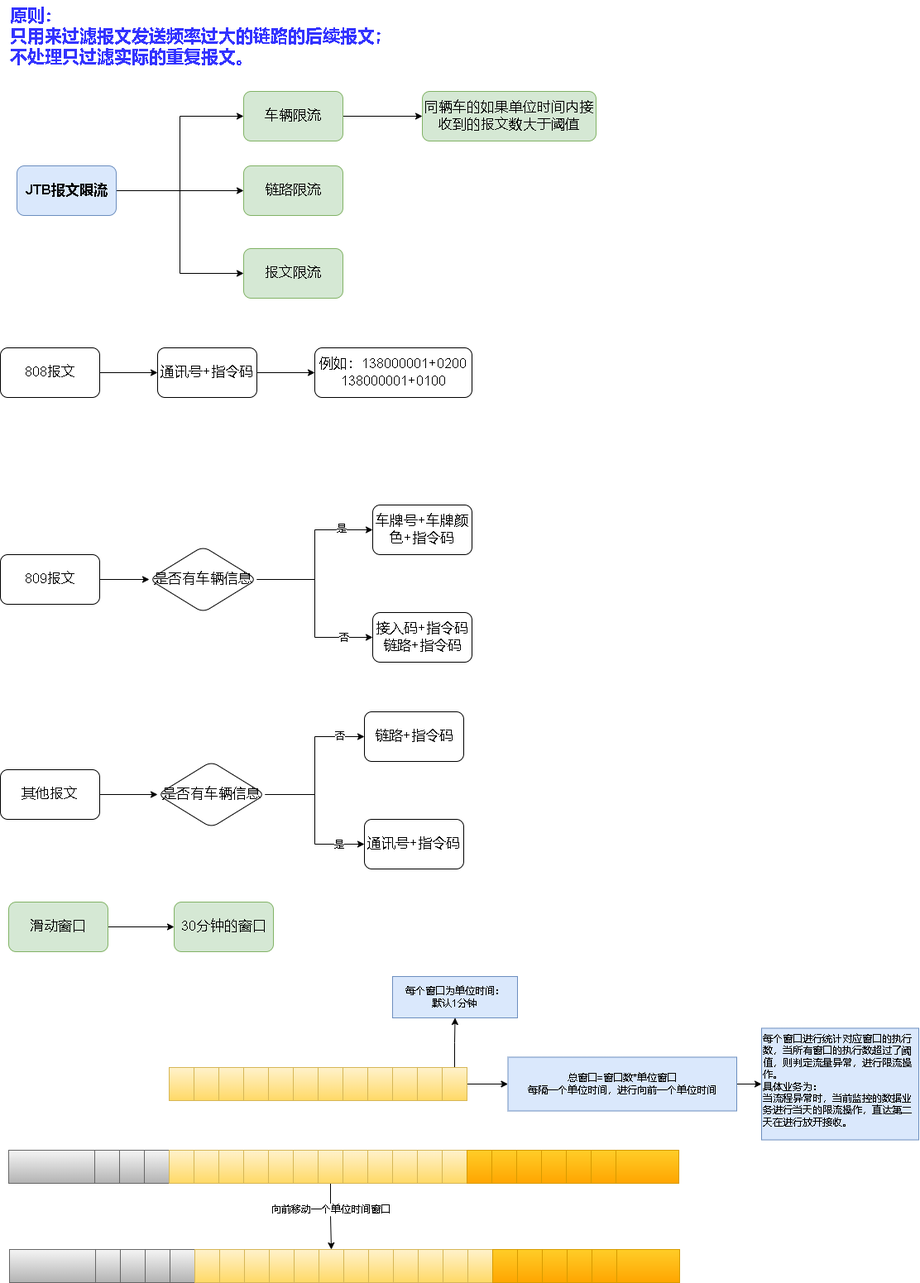
xktder/draw keeps this draw.io diagram as jtb报文限流.drawio.png. Above is the earlier version. Source tidied: cells renumbered, new cells last; positions are measured from the earlier drawing's top-left corner, leaving out a move shared by most shapes.
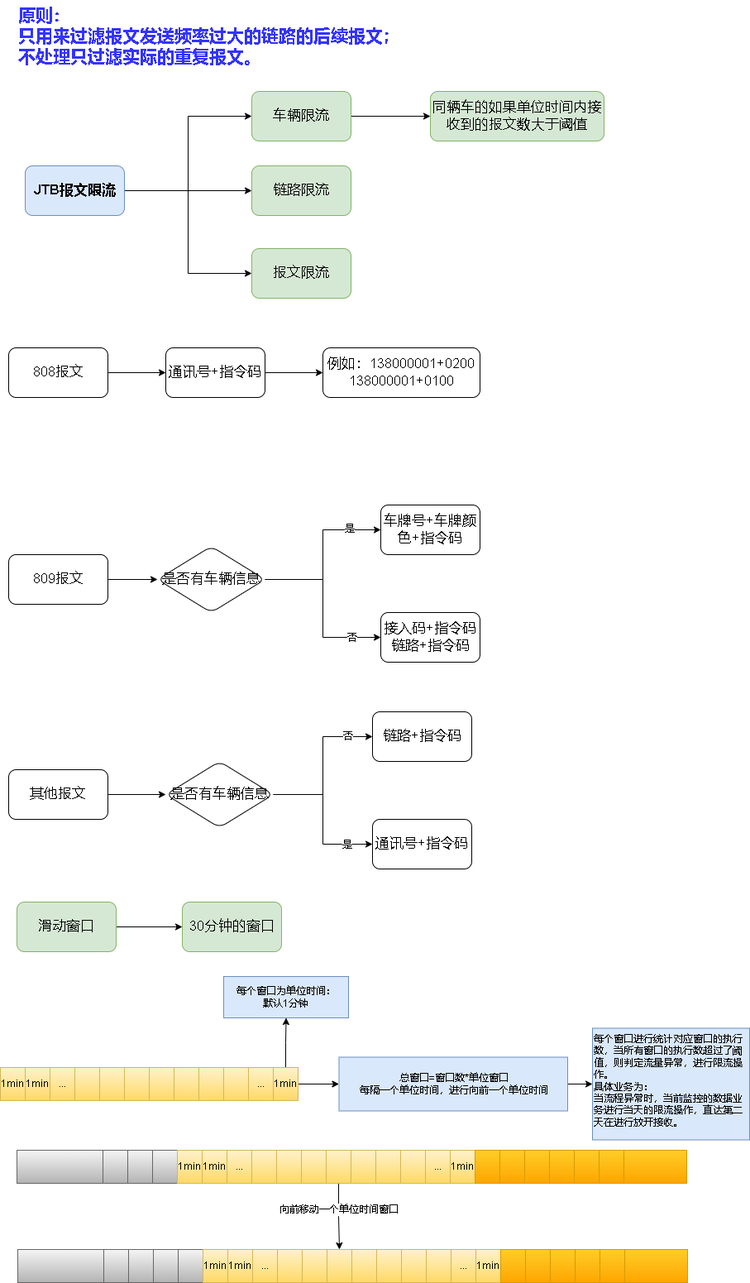
After the change.

Commit message:
更新jtb报文限流.drawio.png

The edit, as a diff of the source:
```diff
@@ -130,13 +130,13 @@
     <mxCell id="41" style="rounded=0;whiteSpace=wrap;html=1;fontSize=12;fillColor=#f5f5f5;strokeColor=#666666;gradientColor=#b3b3b3;" parent="1" vertex="1">
       <mxGeometry x="174" y="1390" width="30" height="40" as="geometry" />
     </mxCell>
-    <mxCell id="42" style="rounded=0;whiteSpace=wrap;html=1;fontSize=12;fillColor=#fff2cc;strokeColor=#d6b656;gradientColor=#ffd966;" parent="1" vertex="1">
+    <mxCell id="42" value="1min" style="rounded=0;whiteSpace=wrap;html=1;fontSize=12;fillColor=#fff2cc;strokeColor=#d6b656;gradientColor=#ffd966;" parent="1" vertex="1">
       <mxGeometry x="204" y="1390" width="30" height="40" as="geometry" />
     </mxCell>
-    <mxCell id="43" style="rounded=0;whiteSpace=wrap;html=1;fontSize=12;fillColor=#fff2cc;gradientColor=#ffd966;strokeColor=#d6b656;" parent="1" vertex="1">
+    <mxCell id="43" value="1min" style="rounded=0;whiteSpace=wrap;html=1;fontSize=12;fillColor=#fff2cc;gradientColor=#ffd966;strokeColor=#d6b656;" parent="1" vertex="1">
       <mxGeometry x="234" y="1390" width="30" height="40" as="geometry" />
     </mxCell>
-    <mxCell id="44" style="rounded=0;whiteSpace=wrap;html=1;fontSize=12;fillColor=#fff2cc;gradientColor=#ffd966;strokeColor=#d6b656;" parent="1" vertex="1">
+    <mxCell id="44" value="..." style="rounded=0;whiteSpace=wrap;html=1;fontSize=12;fillColor=#fff2cc;gradientColor=#ffd966;strokeColor=#d6b656;" parent="1" vertex="1">
       <mxGeometry x="264" y="1390" width="30" height="40" as="geometry" />
     </mxCell>
     <mxCell id="45" style="rounded=0;whiteSpace=wrap;html=1;fontSize=12;fillColor=#fff2cc;gradientColor=#ffd966;strokeColor=#d6b656;" parent="1" vertex="1">
@@ -166,10 +166,10 @@
     <mxCell id="53" style="rounded=0;whiteSpace=wrap;html=1;fontSize=12;fillColor=#fff2cc;gradientColor=#ffd966;strokeColor=#d6b656;" parent="1" vertex="1">
       <mxGeometry x="474" y="1390" width="30" height="40" as="geometry" />
     </mxCell>
-    <mxCell id="54" style="rounded=0;whiteSpace=wrap;html=1;fontSize=12;fillColor=#fff2cc;gradientColor=#ffd966;strokeColor=#d6b656;" parent="1" vertex="1">
+    <mxCell id="54" value="..." style="rounded=0;whiteSpace=wrap;html=1;fontSize=12;fillColor=#fff2cc;gradientColor=#ffd966;strokeColor=#d6b656;" parent="1" vertex="1">
       <mxGeometry x="504" y="1390" width="30" height="40" as="geometry" />
     </mxCell>
-    <mxCell id="55" style="rounded=0;whiteSpace=wrap;html=1;fontSize=12;fillColor=#fff2cc;gradientColor=#ffd966;strokeColor=#d6b656;" parent="1" vertex="1">
+    <mxCell id="55" value="1min" style="rounded=0;whiteSpace=wrap;html=1;fontSize=12;fillColor=#fff2cc;gradientColor=#ffd966;strokeColor=#d6b656;" parent="1" vertex="1">
       <mxGeometry x="534" y="1390" width="30" height="40" as="geometry" />
     </mxCell>
     <mxCell id="56" style="rounded=0;whiteSpace=wrap;html=1;fontSize=12;fillColor=#ffcd28;gradientColor=#ffa500;strokeColor=#d79b00;" parent="1" vertex="1">
@@ -190,38 +190,38 @@
     <mxCell id="61" style="rounded=0;whiteSpace=wrap;html=1;fontSize=12;fillColor=#ffcd28;gradientColor=#ffa500;strokeColor=#d79b00;" parent="1" vertex="1">
       <mxGeometry x="714" y="1390" width="30" height="40" as="geometry" />
     </mxCell>
-    <mxCell id="62" style="rounded=0;whiteSpace=wrap;html=1;fontSize=12;fillColor=#fff2cc;strokeColor=#d6b656;gradientColor=#ffd966;" parent="1" vertex="1">
-      <mxGeometry x="204" y="1290" width="30" height="40" as="geometry" />
+    <mxCell id="62" value="&lt;span style=&quot;&quot;&gt;1min&lt;/span&gt;" style="rounded=0;whiteSpace=wrap;html=1;fontSize=12;fillColor=#fff2cc;strokeColor=#d6b656;gradientColor=#ffd966;" parent="1" vertex="1">
+      <mxGeometry x="-10" y="1290" width="30" height="40" as="geometry" />
     </mxCell>
-    <mxCell id="63" style="rounded=0;whiteSpace=wrap;html=1;fontSize=12;fillColor=#fff2cc;gradientColor=#ffd966;strokeColor=#d6b656;" parent="1" vertex="1">
-      <mxGeometry x="234" y="1290" width="30" height="40" as="geometry" />
+    <mxCell id="63" value="&lt;span style=&quot;&quot;&gt;1min&lt;/span&gt;" style="rounded=0;whiteSpace=wrap;html=1;fontSize=12;fillColor=#fff2cc;gradientColor=#ffd966;strokeColor=#d6b656;" parent="1" vertex="1">
+      <mxGeometry x="20" y="1290" width="30" height="40" as="geometry" />
     </mxCell>
-    <mxCell id="64" style="rounded=0;whiteSpace=wrap;html=1;fontSize=12;fillColor=#fff2cc;gradientColor=#ffd966;strokeColor=#d6b656;" parent="1" vertex="1">
-      <mxGeometry x="264" y="1290" width="30" height="40" as="geometry" />
+    <mxCell id="64" value="&lt;span style=&quot;&quot;&gt;...&lt;/span&gt;" style="rounded=0;whiteSpace=wrap;html=1;fontSize=12;fillColor=#fff2cc;gradientColor=#ffd966;strokeColor=#d6b656;" parent="1" vertex="1">
+      <mxGeometry x="50" y="1290" width="30" height="40" as="geometry" />
     </mxCell>
     <mxCell id="65" style="rounded=0;whiteSpace=wrap;html=1;fontSize=12;fillColor=#fff2cc;gradientColor=#ffd966;strokeColor=#d6b656;" parent="1" vertex="1">
-      <mxGeometry x="294" y="1290" width="30" height="40" as="geometry" />
+      <mxGeometry x="80" y="1290" width="30" height="40" as="geometry" />
     </mxCell>
     <mxCell id="66" style="rounded=0;whiteSpace=wrap;html=1;fontSize=12;fillColor=#fff2cc;gradientColor=#ffd966;strokeColor=#d6b656;" parent="1" vertex="1">
-      <mxGeometry x="324" y="1290" width="30" height="40" as="geometry" />
+      <mxGeometry x="110" y="1290" width="30" height="40" as="geometry" />
     </mxCell>
     <mxCell id="67" style="rounded=0;whiteSpace=wrap;html=1;fontSize=12;fillColor=#fff2cc;gradientColor=#ffd966;strokeColor=#d6b656;" parent="1" vertex="1">
-      <mxGeometry x="354" y="1290" width="30" height="40" as="geometry" />
+      <mxGeometry x="140" y="1290" width="30" height="40" as="geometry" />
     </mxCell>
     <mxCell id="68" style="rounded=0;whiteSpace=wrap;html=1;fontSize=12;fillColor=#fff2cc;gradientColor=#ffd966;strokeColor=#d6b656;" parent="1" vertex="1">
-      <mxGeometry x="384" y="1290" width="30" height="40" as="geometry" />
+      <mxGeometry x="170" y="1290" width="30" height="40" as="geometry" />
     </mxCell>
     <mxCell id="69" style="rounded=0;whiteSpace=wrap;html=1;fontSize=12;fillColor=#fff2cc;gradientColor=#ffd966;strokeColor=#d6b656;" parent="1" vertex="1">
-      <mxGeometry x="414" y="1290" width="30" height="40" as="geometry" />
+      <mxGeometry x="200" y="1290" width="30" height="40" as="geometry" />
     </mxCell>
     <mxCell id="70" style="rounded=0;whiteSpace=wrap;html=1;fontSize=12;fillColor=#fff2cc;gradientColor=#ffd966;strokeColor=#d6b656;" parent="1" vertex="1">
-      <mxGeometry x="444" y="1290" width="30" height="40" as="geometry" />
+      <mxGeometry x="230" y="1290" width="30" height="40" as="geometry" />
     </mxCell>
     <mxCell id="71" style="rounded=0;whiteSpace=wrap;html=1;fontSize=12;fillColor=#fff2cc;gradientColor=#ffd966;strokeColor=#d6b656;" parent="1" vertex="1">
-      <mxGeometry x="474" y="1290" width="30" height="40" as="geometry" />
+      <mxGeometry x="260" y="1290" width="30" height="40" as="geometry" />
     </mxCell>
-    <mxCell id="72" style="rounded=0;whiteSpace=wrap;html=1;fontSize=12;fillColor=#fff2cc;gradientColor=#ffd966;strokeColor=#d6b656;" parent="1" vertex="1">
-      <mxGeometry x="504" y="1290" width="30" height="40" as="geometry" />
+    <mxCell id="72" value="&lt;span style=&quot;&quot;&gt;...&lt;/span&gt;" style="rounded=0;whiteSpace=wrap;html=1;fontSize=12;fillColor=#fff2cc;gradientColor=#ffd966;strokeColor=#d6b656;" parent="1" vertex="1">
+      <mxGeometry x="290" y="1290" width="30" height="40" as="geometry" />
     </mxCell>
     <mxCell id="73" style="edgeStyle=orthogonalEdgeStyle;rounded=0;jettySize=auto;html=1;fontSize=12;fontColor=#000000;" parent="1" edge="1" source="75" target="76">
       <mxGeometry relative="1" as="geometry" />
@@ -229,17 +229,17 @@
     <mxCell id="74" style="edgeStyle=orthogonalEdgeStyle;rounded=0;jettySize=auto;html=1;fontSize=12;fontColor=#000000;" parent="1" edge="1" source="75" target="78">
       <mxGeometry relative="1" as="geometry" />
     </mxCell>
-    <mxCell id="75" style="rounded=0;whiteSpace=wrap;html=1;fontSize=12;fillColor=#fff2cc;gradientColor=#ffd966;strokeColor=#d6b656;" parent="1" vertex="1">
-      <mxGeometry x="534" y="1290" width="30" height="40" as="geometry" />
+    <mxCell id="75" value="&lt;span style=&quot;&quot;&gt;1min&lt;/span&gt;" style="rounded=0;whiteSpace=wrap;html=1;fontSize=12;fillColor=#fff2cc;gradientColor=#ffd966;strokeColor=#d6b656;" parent="1" vertex="1">
+      <mxGeometry x="320" y="1290" width="30" height="40" as="geometry" />
     </mxCell>
     <mxCell id="76" value="每个窗口为单位时间：&lt;br&gt;默认1分钟" style="whiteSpace=wrap;html=1;fillColor=#dae8fc;strokeColor=#6c8ebf;rounded=0;" parent="1" vertex="1">
-      <mxGeometry x="474" y="1180" width="151" height="50" as="geometry" />
+      <mxGeometry x="260" y="1180" width="151" height="50" as="geometry" />
     </mxCell>
     <mxCell id="77" style="edgeStyle=orthogonalEdgeStyle;rounded=0;jettySize=auto;html=1;fontSize=12;fontColor=#000000;" parent="1" edge="1" source="78" target="105">
       <mxGeometry relative="1" as="geometry" />
     </mxCell>
     <mxCell id="78" value="总窗口=窗口数*单位窗口&lt;br&gt;每隔一个单位时间，进行向前一个单位时间" style="whiteSpace=wrap;html=1;fillColor=#dae8fc;strokeColor=#6c8ebf;rounded=0;" parent="1" vertex="1">
-      <mxGeometry x="613.5" y="1277.5" width="276.5" height="65" as="geometry" />
+      <mxGeometry x="399.5" y="1277.5" width="276.5" height="65" as="geometry" />
     </mxCell>
     <mxCell id="79" style="rounded=0;whiteSpace=wrap;html=1;fontSize=12;fillColor=#f5f5f5;strokeColor=#666666;gradientColor=#b3b3b3;" parent="1" vertex="1">
       <mxGeometry x="10" y="1390" width="104" height="40" as="geometry" />
@@ -262,13 +262,13 @@
     <mxCell id="85" style="rounded=0;whiteSpace=wrap;html=1;fontSize=12;fillColor=#f5f5f5;strokeColor=#666666;gradientColor=#b3b3b3;" parent="1" vertex="1">
       <mxGeometry x="205" y="1510" width="30" height="40" as="geometry" />
     </mxCell>
-    <mxCell id="86" style="rounded=0;whiteSpace=wrap;html=1;fontSize=12;fillColor=#fff2cc;gradientColor=#ffd966;strokeColor=#d6b656;" parent="1" vertex="1">
+    <mxCell id="86" value="&lt;span style=&quot;&quot;&gt;1min&lt;/span&gt;" style="rounded=0;whiteSpace=wrap;html=1;fontSize=12;fillColor=#fff2cc;gradientColor=#ffd966;strokeColor=#d6b656;" parent="1" vertex="1">
       <mxGeometry x="235" y="1510" width="30" height="40" as="geometry" />
     </mxCell>
-    <mxCell id="87" style="rounded=0;whiteSpace=wrap;html=1;fontSize=12;fillColor=#fff2cc;gradientColor=#ffd966;strokeColor=#d6b656;" parent="1" vertex="1">
+    <mxCell id="87" value="&lt;span style=&quot;&quot;&gt;1min&lt;/span&gt;" style="rounded=0;whiteSpace=wrap;html=1;fontSize=12;fillColor=#fff2cc;gradientColor=#ffd966;strokeColor=#d6b656;" parent="1" vertex="1">
       <mxGeometry x="265" y="1510" width="30" height="40" as="geometry" />
     </mxCell>
-    <mxCell id="88" style="rounded=0;whiteSpace=wrap;html=1;fontSize=12;fillColor=#fff2cc;gradientColor=#ffd966;strokeColor=#d6b656;" parent="1" vertex="1">
+    <mxCell id="88" value="&lt;span style=&quot;&quot;&gt;...&lt;/span&gt;" style="rounded=0;whiteSpace=wrap;html=1;fontSize=12;fillColor=#fff2cc;gradientColor=#ffd966;strokeColor=#d6b656;" parent="1" vertex="1">
       <mxGeometry x="295" y="1510" width="30" height="40" as="geometry" />
     </mxCell>
     <mxCell id="89" style="rounded=0;whiteSpace=wrap;html=1;fontSize=12;fillColor=#fff2cc;gradientColor=#ffd966;strokeColor=#d6b656;" parent="1" vertex="1">
@@ -292,10 +292,10 @@
     <mxCell id="95" style="rounded=0;whiteSpace=wrap;html=1;fontSize=12;fillColor=#fff2cc;gradientColor=#ffd966;strokeColor=#d6b656;" parent="1" vertex="1">
       <mxGeometry x="505" y="1510" width="30" height="40" as="geometry" />
     </mxCell>
-    <mxCell id="96" style="rounded=0;whiteSpace=wrap;html=1;fontSize=12;fillColor=#fff2cc;gradientColor=#ffd966;strokeColor=#d6b656;" parent="1" vertex="1">
+    <mxCell id="96" value="&lt;span style=&quot;&quot;&gt;...&lt;/span&gt;" style="rounded=0;whiteSpace=wrap;html=1;fontSize=12;fillColor=#fff2cc;gradientColor=#ffd966;strokeColor=#d6b656;" parent="1" vertex="1">
       <mxGeometry x="535" y="1510" width="30" height="40" as="geometry" />
     </mxCell>
-    <mxCell id="97" style="rounded=0;whiteSpace=wrap;html=1;fontSize=12;fillColor=#fff2cc;gradientColor=#ffd966;strokeColor=#d6b656;" parent="1" vertex="1">
+    <mxCell id="97" value="&lt;span style=&quot;&quot;&gt;1min&lt;/span&gt;" style="rounded=0;whiteSpace=wrap;html=1;fontSize=12;fillColor=#fff2cc;gradientColor=#ffd966;strokeColor=#d6b656;" parent="1" vertex="1">
       <mxGeometry x="565" y="1510" width="30" height="40" as="geometry" />
     </mxCell>
     <mxCell id="98" style="rounded=0;whiteSpace=wrap;html=1;fontSize=12;fillColor=#ffcd28;gradientColor=#ffa500;strokeColor=#d79b00;" parent="1" vertex="1">
@@ -320,7 +320,7 @@
       <mxGeometry x="745" y="1510" width="76" height="40" as="geometry" />
     </mxCell>
     <mxCell id="105" value="每个窗口进行统计对应窗口的执行数，当所有窗口的执行数超过了阈值，则判定流量异常，进行限流操作。&lt;br&gt;具体业务为：&lt;br&gt;当流程异常时，当前监控的数据业务进行当天的限流操作，直达第二天在进行放开接收。" style="whiteSpace=wrap;html=1;fillColor=#dae8fc;strokeColor=#6c8ebf;rounded=0;align=left;verticalAlign=top;" parent="1" vertex="1">
-      <mxGeometry x="920" y="1242.5" width="190" height="135" as="geometry" />
+      <mxGeometry x="706" y="1242.5" width="190" height="135" as="geometry" />
     </mxCell>
   </root>
 </mxGraphModel>
```
